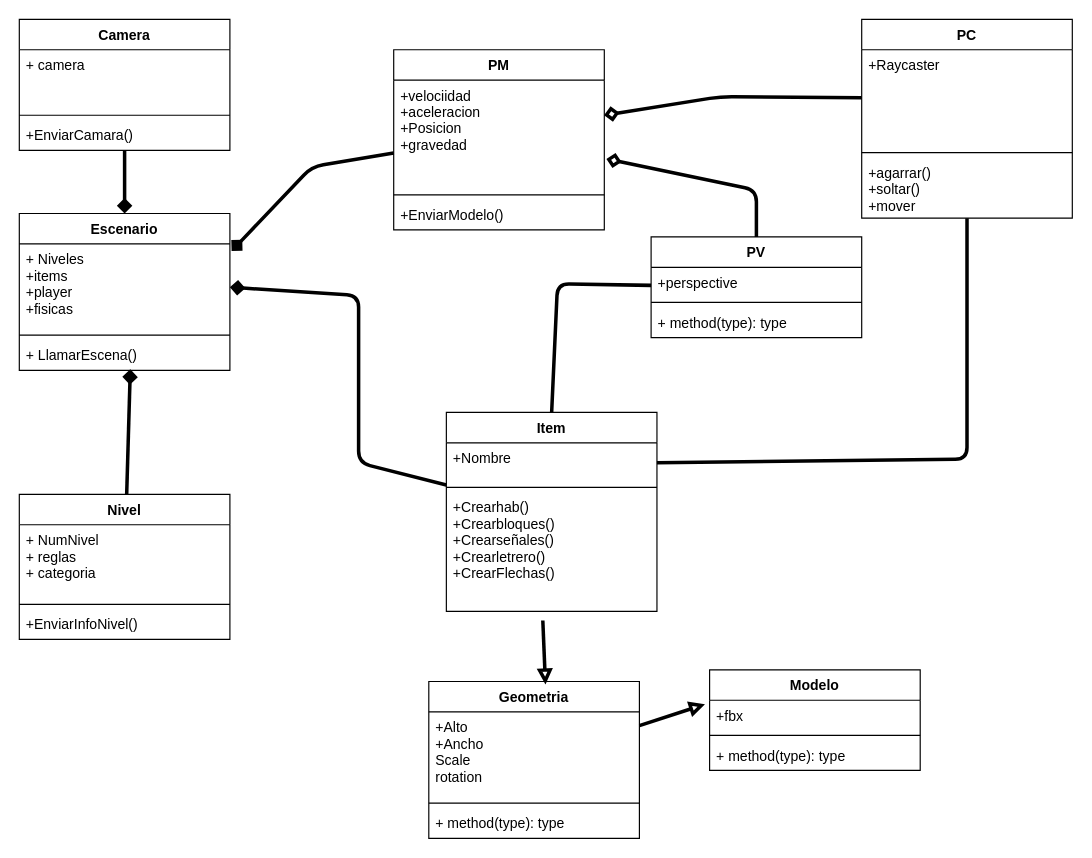
Above: diagrama_uml/work.drawio in sebas64mil/proyecto_realidadvirtual (draw.io), before the change. Source tidied: cells renumbered, new cells numbered last; positions are measured from the earlier drawing's top-left corner, leaving out a move shared by most shapes. Both pictures are drawn from the tidied source at 117%, with x=0, y=0 at pixel (19, 19).
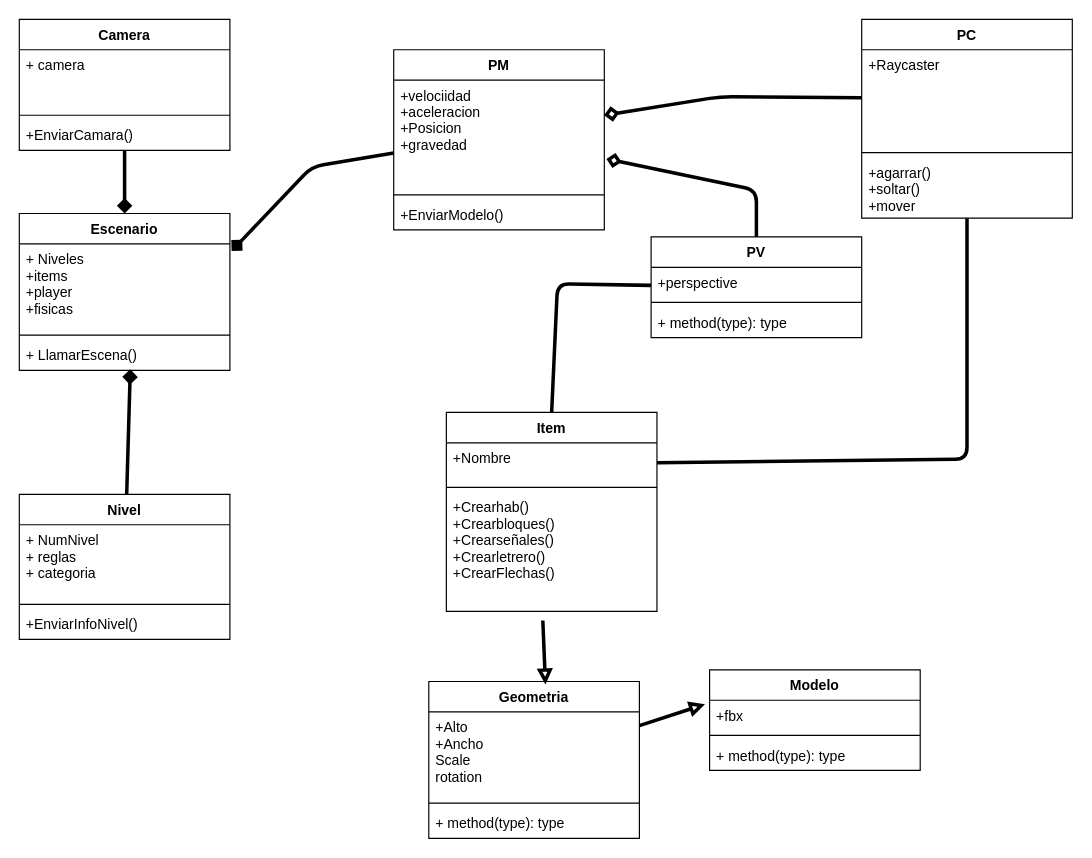
After the change.

Commit message:
prueba_andres

Unchanged cells that the change refers to:
```xml
<mxCell id="3" value="+ Niveles&#10;+items&#10;+player&#10;+fisicas&#10;" style="text;strokeColor=none;fillColor=none;align=left;verticalAlign=top;spacingLeft=4;spacingRight=4;overflow=hidden;points=[[0,0.5],[1,0.5]];portConstraint=eastwest;" parent="2" vertex="1">
  <mxGeometry y="26" width="180" height="74" as="geometry" />
</mxCell>
<mxCell id="32" value="Item" style="swimlane;fontStyle=1;align=center;verticalAlign=top;horizontal=1;startSize=26;" parent="1" vertex="1">
  <mxGeometry x="365" y="336" width="180" height="170" as="geometry" />
</mxCell>
```

What changed in the source:
```diff
@@
-    <mxCell id="31" style="edgeStyle=none;html=1;entryX=1;entryY=0.5;entryDx=0;entryDy=0;strokeWidth=3;endArrow=diamond;endFill=1;" parent="1" edge="1" source="32" target="3">
-      <mxGeometry relative="1" as="geometry">
-        <Array as="points">
-          <mxPoint x="290" y="379" />
-          <mxPoint x="290" y="236" />
-        </Array>
-      </mxGeometry>
-    </mxCell>
```
